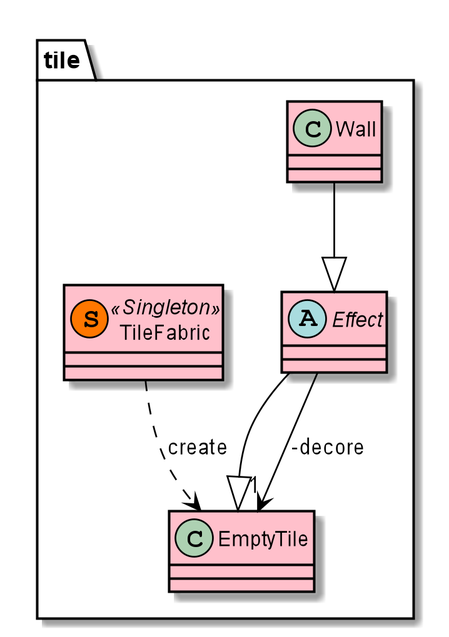
The PlantUML diagram doc/first_sprint/diagrams/class/tiles.png in Reynault/ACL_2019_Zelpop, before a commit.
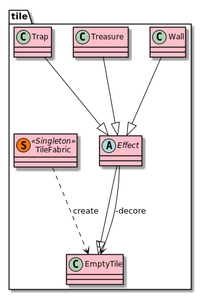
After the change.

The edit, as a diff of the source:
```diff
@@ -16,6 +16,14 @@
 
     }
 
+    class Treasure{
+
+    }
+
+    class Trap{
+
+    }
+
     abstract Effect{
 
     }
@@ -29,6 +37,8 @@
 Wall --|> Effect
 Effect --|> EmptyTile
 Effect --> "1" EmptyTile : -decore
+Trap --|> Effect
+Treasure --|> Effect
 
 TileFabric ..> EmptyTile : create
 
```
